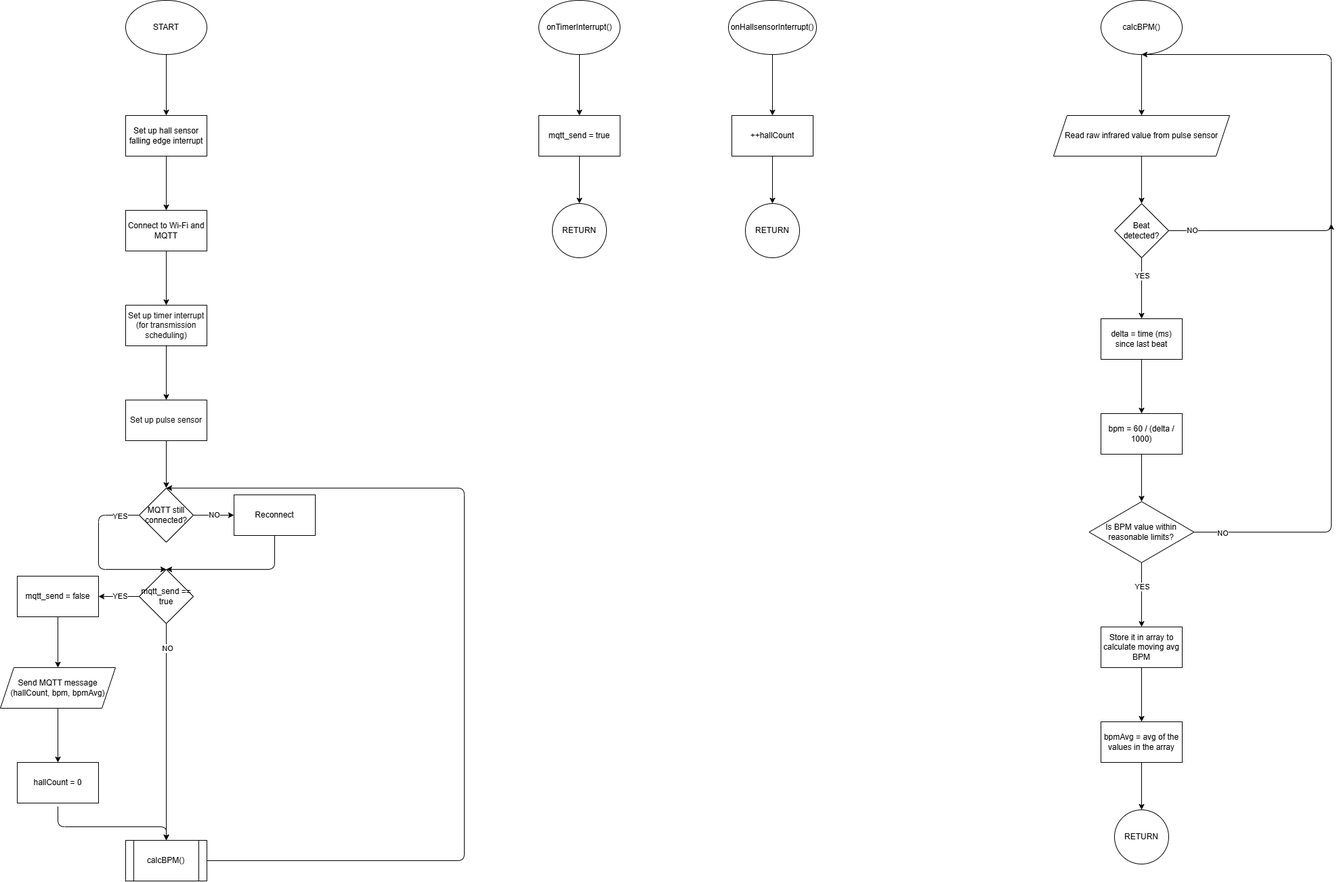
HKR-IOT-WSN/BikeMonitor-PlatformIO keeps this draw.io diagram as flowchart.png. Above is the earlier version. Source tidied: cells renumbered, new cells last; positions are measured from the earlier drawing's top-left corner, leaving out a move shared by most shapes.
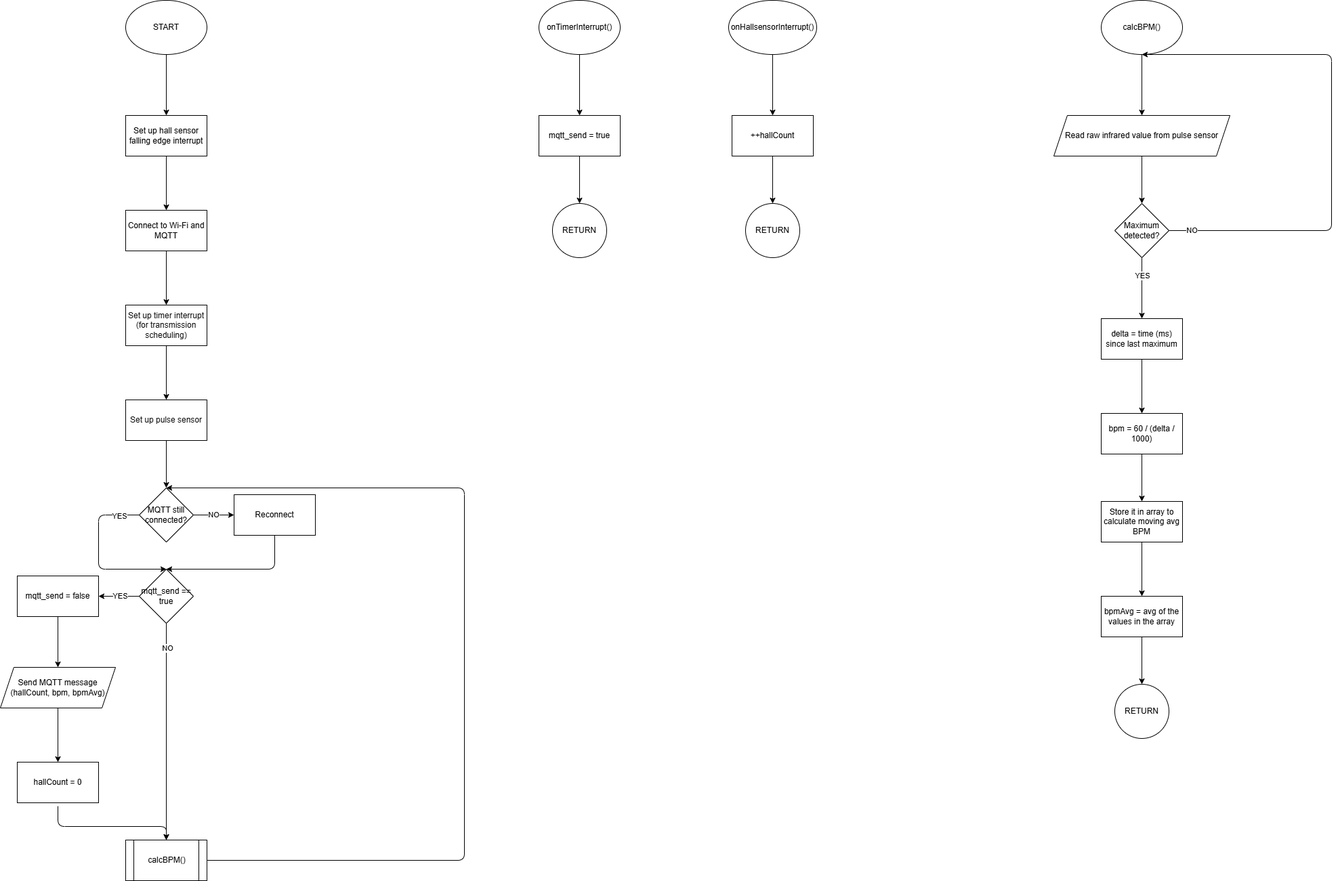
After the change.

Commit message:
Removed redundant reading of pulse sensor in loop(). This 'stole' sensor values from calcBPM(), degrading its performance.

Diff of the diagram source:
```diff
@@ -163,52 +163,32 @@
         <mxPoint x="17" as="offset" />
       </mxGeometry>
     </mxCell>
-    <mxCell id="45" value="Beat detected?" style="rhombus;whiteSpace=wrap;html=1;" parent="1" vertex="1">
+    <mxCell id="45" value="Maximum detected?" style="rhombus;whiteSpace=wrap;html=1;" parent="1" vertex="1">
       <mxGeometry x="1645" y="300" width="80" height="80" as="geometry" />
     </mxCell>
     <mxCell id="46" style="edgeStyle=none;html=1;" parent="1" edge="1" source="47" target="49">
       <mxGeometry relative="1" as="geometry" />
     </mxCell>
-    <mxCell id="47" value="delta = time (ms) since last beat" style="whiteSpace=wrap;html=1;" parent="1" vertex="1">
+    <mxCell id="47" value="delta = time (ms) since last maximum" style="whiteSpace=wrap;html=1;" parent="1" vertex="1">
       <mxGeometry x="1625" y="470" width="120" height="60" as="geometry" />
     </mxCell>
-    <mxCell id="48" style="edgeStyle=none;html=1;" parent="1" edge="1" source="49" target="54">
-      <mxGeometry relative="1" as="geometry" />
-    </mxCell>
+    <mxCell id="64" style="edgeStyle=none;html=1;" parent="1" edge="1" source="49" target="56">
+      <mxGeometry relative="1" as="geometry" />
+    </mxCell>
     <mxCell id="49" value="bpm = 60 / (delta / 1000)" style="whiteSpace=wrap;html=1;" parent="1" vertex="1">
       <mxGeometry x="1625" y="610" width="120" height="60" as="geometry" />
     </mxCell>
-    <mxCell id="50" style="edgeStyle=none;html=1;" parent="1" edge="1" source="54" target="56">
-      <mxGeometry relative="1" as="geometry" />
-    </mxCell>
-    <mxCell id="51" value="YES" style="edgeLabel;html=1;align=center;verticalAlign=middle;" parent="50" vertex="1">
-      <mxGeometry x="-0.25" relative="1" as="geometry" />
-    </mxCell>
-    <mxCell id="52" style="edgeStyle=none;html=1;exitX=1;exitY=0.5;exitDx=0;exitDy=0;" parent="1" edge="1" source="54">
-      <mxGeometry relative="1" as="geometry">
-        <mxPoint x="1965" y="330" as="targetPoint" />
-        <Array as="points">
-          <mxPoint x="1965" y="785" />
-        </Array>
-      </mxGeometry>
-    </mxCell>
-    <mxCell id="53" value="NO" style="edgeLabel;html=1;align=center;verticalAlign=middle;" parent="52" vertex="1">
-      <mxGeometry x="-0.88" y="-1" relative="1" as="geometry" />
-    </mxCell>
-    <mxCell id="54" value="Is BPM value within reasonable limits?" style="rhombus;whiteSpace=wrap;html=1;" parent="1" vertex="1">
-      <mxGeometry x="1607.5" y="740" width="155" height="90" as="geometry" />
-    </mxCell>
     <mxCell id="55" style="edgeStyle=none;html=1;" parent="1" edge="1" source="56" target="58">
       <mxGeometry relative="1" as="geometry" />
     </mxCell>
     <mxCell id="56" value="Store it in array to calculate moving avg BPM" style="whiteSpace=wrap;html=1;" parent="1" vertex="1">
-      <mxGeometry x="1625" y="925" width="120" height="60" as="geometry" />
+      <mxGeometry x="1625" y="740" width="120" height="60" as="geometry" />
     </mxCell>
     <mxCell id="57" style="edgeStyle=none;html=1;" parent="1" edge="1" source="58" target="63">
       <mxGeometry relative="1" as="geometry" />
     </mxCell>
     <mxCell id="58" value="bpmAvg = avg of the values in the array" style="whiteSpace=wrap;html=1;" parent="1" vertex="1">
-      <mxGeometry x="1625" y="1065" width="120" height="60" as="geometry" />
+      <mxGeometry x="1625" y="880" width="120" height="60" as="geometry" />
     </mxCell>
     <mxCell id="59" style="edgeStyle=none;html=1;" parent="1" edge="1" source="60" target="25">
       <mxGeometry relative="1" as="geometry" />
@@ -223,7 +203,7 @@
       <mxGeometry x="1100" y="300" width="80" height="80" as="geometry" />
     </mxCell>
     <mxCell id="63" value="RETURN" style="ellipse;whiteSpace=wrap;html=1;" parent="1" vertex="1">
-      <mxGeometry x="1645" y="1195" width="80" height="80" as="geometry" />
+      <mxGeometry x="1645" y="1010" width="80" height="80" as="geometry" />
     </mxCell>
   </root>
 </mxGraphModel>
```
